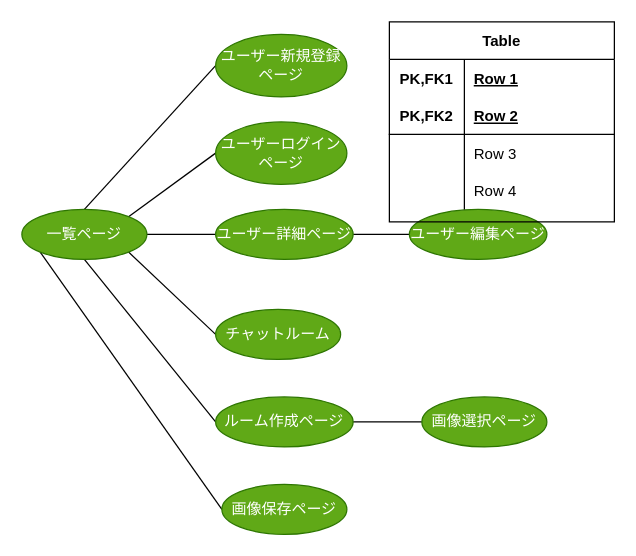
This is 画面遷移図.dio from aki2314/chatroom, a draw.io file, before an edit. Source tidied: cells renumbered, new cells numbered last; positions are measured from the earlier drawing's top-left corner, leaving out a move shared by most shapes. Both pictures are drawn from the tidied source at 125%, with x=0, y=0 at pixel (21, 21).
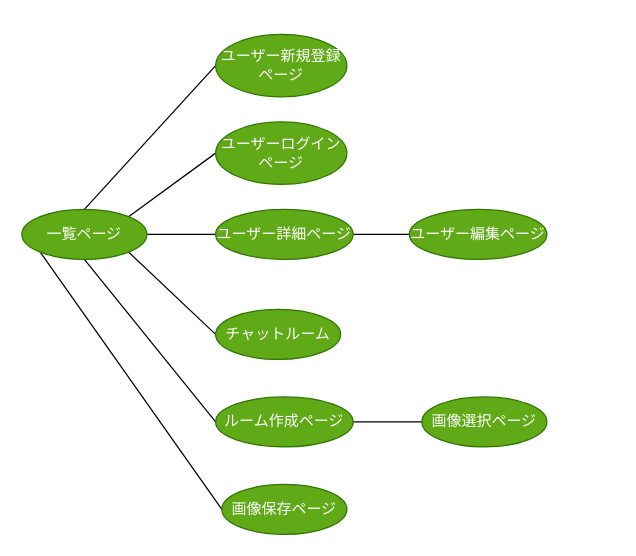
Above is the later version.

Diff of the diagram source:
```diff
@@
-    <mxCell id="19" value="Table" style="shape=table;startSize=30;childLayout=tableLayout;rowLines=0;fontStyle=1;align=center;" parent="1" vertex="1">
-      <mxGeometry x="294" width="180" height="160" as="geometry" />
-    </mxCell>
-    <mxCell id="20" style="shape=partialRectangle;fillColor=none;top=0;left=0;bottom=0;right=0;" parent="19" vertex="1">
-      <mxGeometry y="30" width="180" height="30" as="geometry" />
-    </mxCell>
-    <mxCell id="21" value="PK,FK1" style="shape=partialRectangle;fillColor=none;top=0;left=0;bottom=0;right=0;fontStyle=1;overflow=hidden;" parent="20" vertex="1">
-      <mxGeometry width="60" height="30" as="geometry" />
-    </mxCell>
-    <mxCell id="22" value="Row 1" style="shape=partialRectangle;fillColor=none;top=0;left=0;bottom=0;right=0;align=left;spacingLeft=6;fontStyle=5;overflow=hidden;" parent="20" vertex="1">
-      <mxGeometry x="60" width="120" height="30" as="geometry" />
-    </mxCell>
-    <mxCell id="23" style="shape=partialRectangle;fillColor=none;top=0;left=0;bottom=1;right=0;" parent="19" vertex="1">
-      <mxGeometry y="60" width="180" height="30" as="geometry" />
-    </mxCell>
-    <mxCell id="24" value="PK,FK2" style="shape=partialRectangle;fillColor=none;top=0;left=0;bottom=0;right=0;fontStyle=1;overflow=hidden;" parent="23" vertex="1">
-      <mxGeometry width="60" height="30" as="geometry" />
-    </mxCell>
-    <mxCell id="25" value="Row 2" style="shape=partialRectangle;fillColor=none;top=0;left=0;bottom=0;right=0;align=left;spacingLeft=6;fontStyle=5;overflow=hidden;" parent="23" vertex="1">
-      <mxGeometry x="60" width="120" height="30" as="geometry" />
-    </mxCell>
-    <mxCell id="26" style="shape=partialRectangle;fillColor=none;top=0;left=0;bottom=0;right=0;" parent="19" vertex="1">
-      <mxGeometry y="90" width="180" height="30" as="geometry" />
-    </mxCell>
-    <mxCell id="27" style="shape=partialRectangle;fillColor=none;top=0;left=0;bottom=0;right=0;overflow=hidden;" parent="26" vertex="1">
-      <mxGeometry width="60" height="30" as="geometry" />
-    </mxCell>
-    <mxCell id="28" value="Row 3" style="shape=partialRectangle;fillColor=none;top=0;left=0;bottom=0;right=0;align=left;spacingLeft=6;overflow=hidden;" parent="26" vertex="1">
-      <mxGeometry x="60" width="120" height="30" as="geometry" />
-    </mxCell>
-    <mxCell id="29" style="shape=partialRectangle;fillColor=none;top=0;left=0;bottom=0;right=0;" parent="19" vertex="1">
-      <mxGeometry y="120" width="180" height="30" as="geometry" />
-    </mxCell>
-    <mxCell id="30" style="shape=partialRectangle;fillColor=none;top=0;left=0;bottom=0;right=0;overflow=hidden;" parent="29" vertex="1">
-      <mxGeometry width="60" height="30" as="geometry" />
-    </mxCell>
-    <mxCell id="31" value="Row 4" style="shape=partialRectangle;fillColor=none;top=0;left=0;bottom=0;right=0;align=left;spacingLeft=6;overflow=hidden;" parent="29" vertex="1">
-      <mxGeometry x="60" width="120" height="30" as="geometry" />
-    </mxCell>
```
